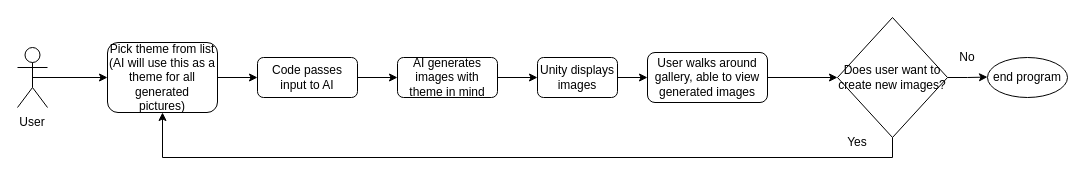
Earlier version of the draw.io diagram Design_Diagrams/D1.drawio (nishikoneru/CSSeniorDesignProject). Source tidied: cells renumbered, new cells numbered last; positions are measured from the earlier drawing's top-left corner, leaving out a move shared by most shapes. Both pictures are drawn from the tidied source at 100%, with x=0, y=0 at pixel (17, 17).
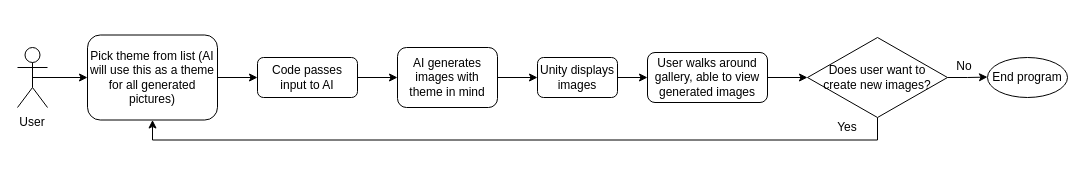
The same page after the edit.

Diff of the diagram source:
```diff
@@
     <mxCell id="3" value="AI generates images with theme in mind" style="rounded=1;whiteSpace=wrap;html=1;fontSize=12;glass=0;strokeWidth=1;shadow=0;" parent="1" vertex="1">
-      <mxGeometry x="380" y="40" width="100" height="40" as="geometry" />
+      <mxGeometry x="380" y="30" width="100" height="60" as="geometry" />
     </mxCell>
@@
     <mxCell id="7" value="Pick theme from list (AI will use this as a theme for all generated &lt;br&gt;pictures)" style="rounded=1;whiteSpace=wrap;html=1;fontSize=12;glass=0;strokeWidth=1;shadow=0;" parent="1" vertex="1">
-      <mxGeometry x="90" y="25" width="110" height="70" as="geometry" />
+      <mxGeometry x="70" y="17.5" width="130" height="85" as="geometry" />
     </mxCell>
@@
-    <mxCell id="17" value="Does user want to create new images?" style="rhombus;whiteSpace=wrap;html=1;" parent="1" vertex="1">
-      <mxGeometry x="820" width="110" height="120" as="geometry" />
+    <mxCell id="17" value="Does user want to &lt;br&gt;create new images?" style="rhombus;whiteSpace=wrap;html=1;" parent="1" vertex="1">
+      <mxGeometry x="790" y="20" width="140" height="80" as="geometry" />
     </mxCell>
     <mxCell id="18" value="Yes" style="text;html=1;strokeColor=none;fillColor=none;align=center;verticalAlign=middle;whiteSpace=wrap;rounded=0;" parent="1" vertex="1">
-      <mxGeometry x="810" y="110" width="60" height="30" as="geometry" />
+      <mxGeometry x="820" y="100" width="20" height="20" as="geometry" />
     </mxCell>
     <mxCell id="19" value="No" style="text;html=1;strokeColor=none;fillColor=none;align=center;verticalAlign=middle;whiteSpace=wrap;rounded=0;" parent="1" vertex="1">
-      <mxGeometry x="920" y="25" width="60" height="30" as="geometry" />
+      <mxGeometry x="937" y="41" width="20" height="15" as="geometry" />
     </mxCell>
-    <mxCell id="20" value="end program" style="ellipse;whiteSpace=wrap;html=1;" parent="1" vertex="1">
+    <mxCell id="20" value="End program" style="ellipse;whiteSpace=wrap;html=1;" parent="1" vertex="1">
       <mxGeometry x="970" y="40" width="80" height="40" as="geometry" />
     </mxCell>
```
